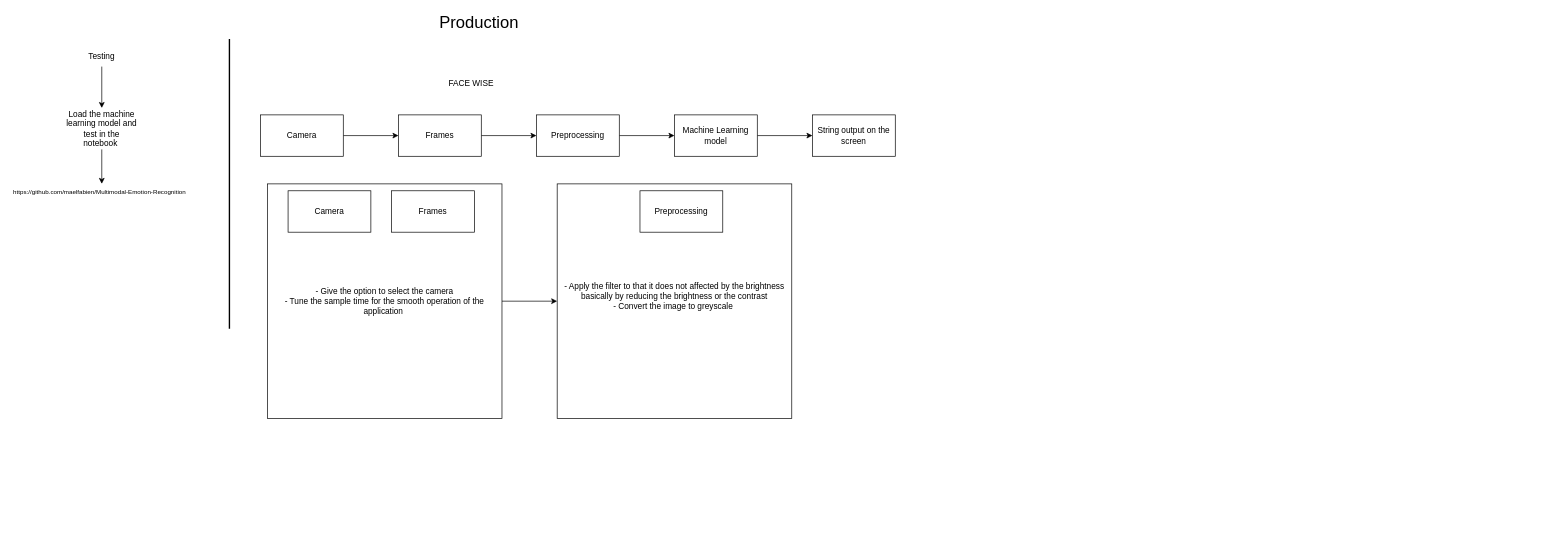
Before: design/basic_idea_and_design.drawio in 1stWorldMaster/face_condition_detection, a draw.io diagram. Source tidied: cells renumbered, new cells numbered last; positions are measured from the earlier drawing's top-left corner, leaving out a move shared by most shapes. Both pictures are drawn from the tidied source at 69%, with x=0, y=0 at pixel (12, 12).
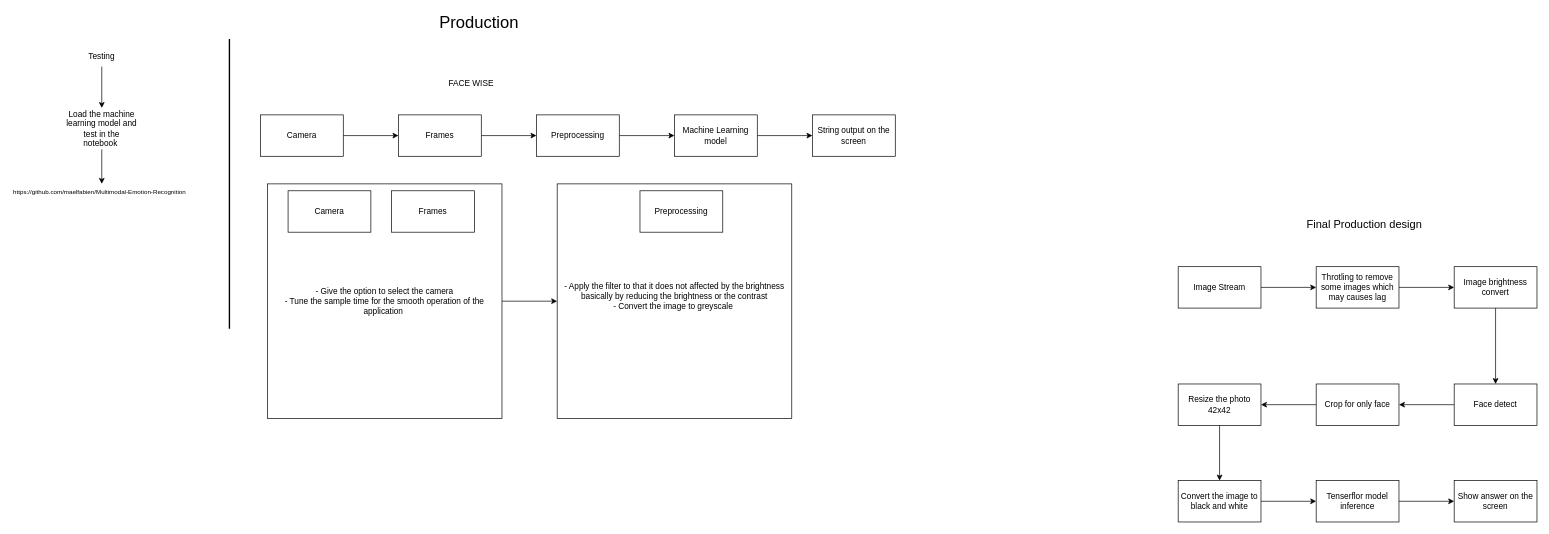
The same page after the edit.

Commit message (it also covers changes not shown here):
updated with the camera stream function needed to change the google_ml_kit version in yaml file

The edit, as a diff of the source:
```diff
@@
+    <mxCell id="25" value="&lt;font style=&quot;font-size: 16px;&quot;&gt;Final Production design&lt;/font&gt;&lt;div&gt;&lt;br&gt;&lt;/div&gt;" style="text;html=1;align=center;verticalAlign=middle;whiteSpace=wrap;rounded=0;" parent="1" vertex="1">
+      <mxGeometry x="1810" y="309" width="300" height="10" as="geometry" />
+    </mxCell>
+    <mxCell id="26" style="edgeStyle=orthogonalEdgeStyle;rounded=0;jettySize=auto;html=1;" parent="1" edge="1" source="27" target="29">
+      <mxGeometry relative="1" as="geometry" />
+    </mxCell>
+    <mxCell id="27" value="Image Stream" style="rounded=0;whiteSpace=wrap;html=1;" parent="1" vertex="1">
+      <mxGeometry x="1690" y="369" width="120" height="60" as="geometry" />
+    </mxCell>
+    <mxCell id="28" style="edgeStyle=orthogonalEdgeStyle;rounded=0;jettySize=auto;html=1;" parent="1" edge="1" source="29" target="31">
+      <mxGeometry relative="1" as="geometry" />
+    </mxCell>
+    <mxCell id="29" value="Throtling to remove some images which may causes lag" style="rounded=0;whiteSpace=wrap;html=1;" parent="1" vertex="1">
+      <mxGeometry x="1890" y="369" width="120" height="60" as="geometry" />
+    </mxCell>
+    <mxCell id="30" style="edgeStyle=orthogonalEdgeStyle;rounded=0;jettySize=auto;html=1;" parent="1" edge="1" source="31" target="33">
+      <mxGeometry relative="1" as="geometry" />
+    </mxCell>
+    <mxCell id="31" value="Image brightness convert" style="rounded=0;whiteSpace=wrap;html=1;" parent="1" vertex="1">
+      <mxGeometry x="2090" y="369" width="120" height="60" as="geometry" />
+    </mxCell>
+    <mxCell id="32" style="edgeStyle=orthogonalEdgeStyle;rounded=0;jettySize=auto;html=1;" parent="1" edge="1" source="33" target="35">
+      <mxGeometry relative="1" as="geometry" />
+    </mxCell>
+    <mxCell id="33" value="Face detect" style="whiteSpace=wrap;html=1;rounded=0;" parent="1" vertex="1">
+      <mxGeometry x="2090" y="539" width="120" height="60" as="geometry" />
+    </mxCell>
+    <mxCell id="34" style="edgeStyle=orthogonalEdgeStyle;rounded=0;jettySize=auto;html=1;" parent="1" edge="1" source="35" target="37">
+      <mxGeometry relative="1" as="geometry" />
+    </mxCell>
+    <mxCell id="35" value="Crop for only face" style="whiteSpace=wrap;html=1;rounded=0;" parent="1" vertex="1">
+      <mxGeometry x="1890" y="539" width="120" height="60" as="geometry" />
+    </mxCell>
+    <mxCell id="36" style="edgeStyle=orthogonalEdgeStyle;rounded=0;jettySize=auto;html=1;" parent="1" edge="1" source="37" target="39">
+      <mxGeometry relative="1" as="geometry" />
+    </mxCell>
+    <mxCell id="37" value="Resize the photo 42x42" style="whiteSpace=wrap;html=1;rounded=0;" parent="1" vertex="1">
+      <mxGeometry x="1690" y="539" width="120" height="60" as="geometry" />
+    </mxCell>
+    <mxCell id="38" style="edgeStyle=orthogonalEdgeStyle;rounded=0;jettySize=auto;html=1;" parent="1" edge="1" source="39" target="41">
+      <mxGeometry relative="1" as="geometry" />
+    </mxCell>
+    <mxCell id="39" value="Convert the image to black and white" style="whiteSpace=wrap;html=1;rounded=0;" parent="1" vertex="1">
+      <mxGeometry x="1690" y="679" width="120" height="60" as="geometry" />
+    </mxCell>
+    <mxCell id="40" style="edgeStyle=orthogonalEdgeStyle;rounded=0;jettySize=auto;html=1;" parent="1" edge="1" source="41" target="42">
+      <mxGeometry relative="1" as="geometry" />
+    </mxCell>
+    <mxCell id="41" value="Tenserflor model inference" style="whiteSpace=wrap;html=1;rounded=0;" parent="1" vertex="1">
+      <mxGeometry x="1890" y="679" width="120" height="60" as="geometry" />
+    </mxCell>
+    <mxCell id="42" value="Show answer on the screen" style="whiteSpace=wrap;html=1;rounded=0;" parent="1" vertex="1">
+      <mxGeometry x="2090" y="679" width="120" height="60" as="geometry" />
+    </mxCell>
```
